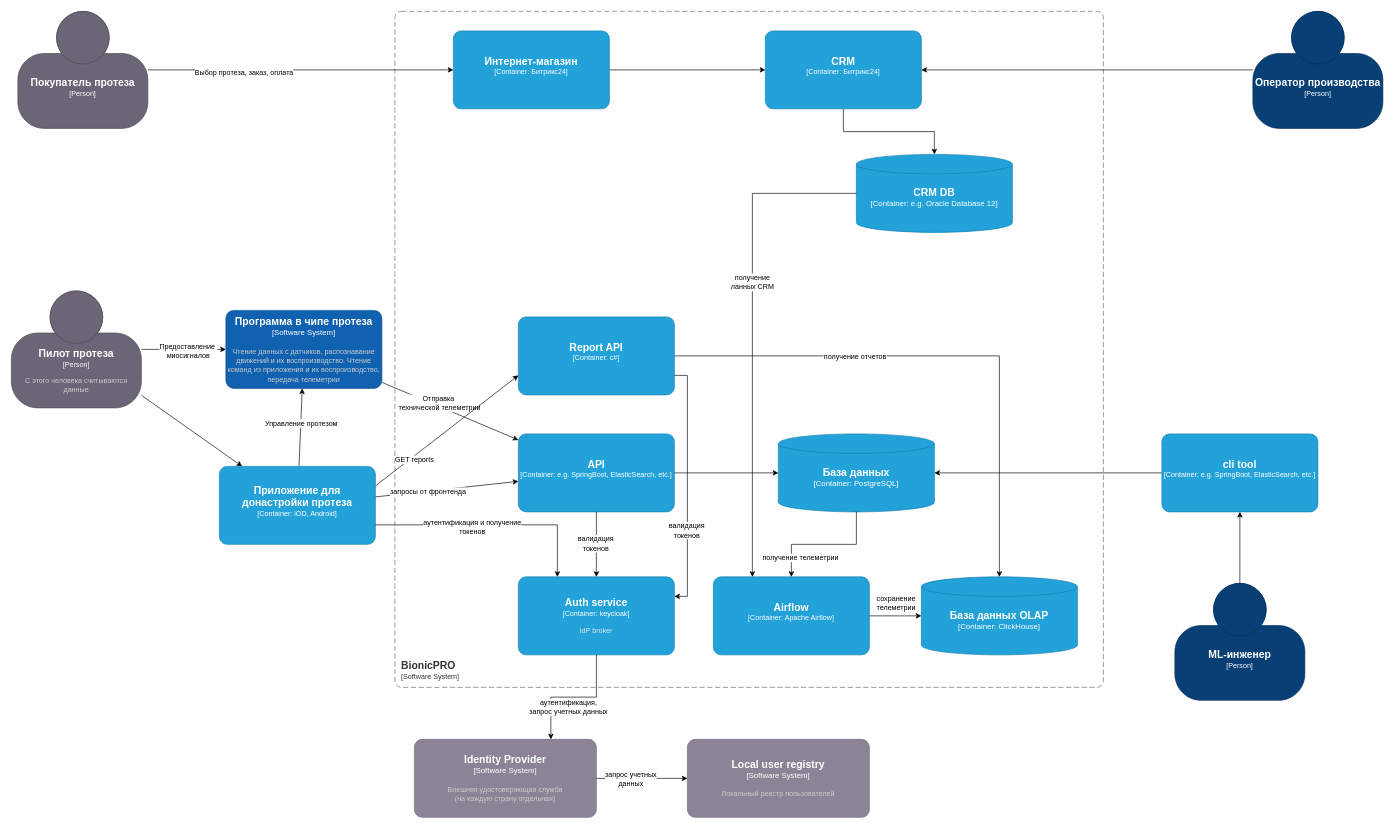
This is Task2/BionicPRO_C4_model_2.drawio from binaril/architecture-bionicpro, a draw.io file, before an edit. Source tidied: cells renumbered, new cells numbered last; positions are measured from the earlier drawing's top-left corner, leaving out a move shared by most shapes. Both pictures are drawn from the tidied source at 65%, with x=0, y=0 at pixel (11, 11).
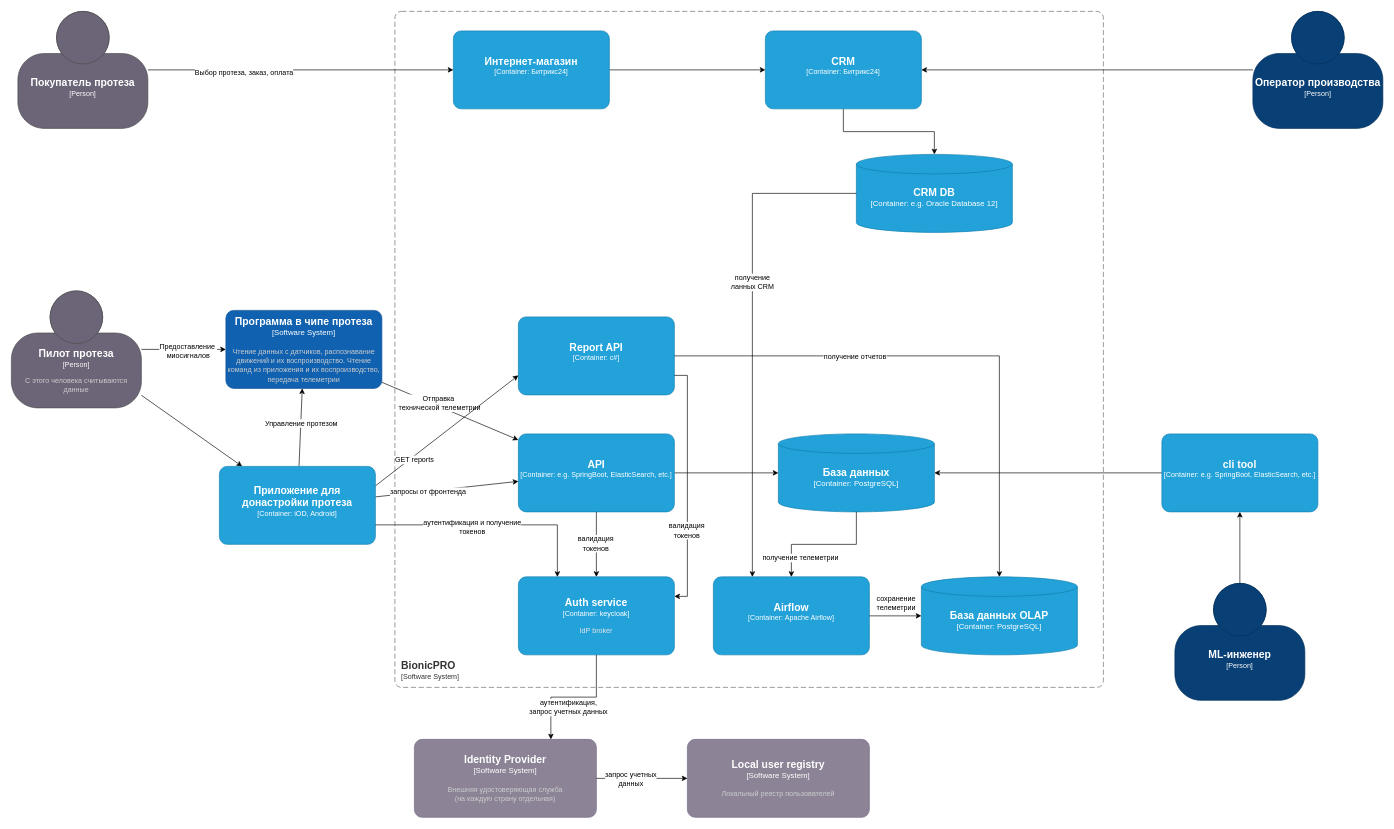
Above is the later version.

Change to the diagram source:
```diff
@@
-    <object id="48" label="&lt;font style=&quot;font-size: 16px&quot;&gt;&lt;b&gt;%c4Name%&lt;/b&gt;&lt;/font&gt;&lt;div&gt;[%c4Type%:&amp;nbsp;%c4Technology%]&lt;/div&gt;&lt;br&gt;&lt;div&gt;&lt;font style=&quot;font-size: 11px&quot;&gt;&lt;font color=&quot;#E6E6E6&quot;&gt;%c4Description%&lt;/font&gt;&lt;/div&gt;" c4Description="" c4Name="База данных OLAP" c4Technology="ClickHouse" c4Type="Container" placeholders="1">
+    <object id="48" label="&lt;font style=&quot;font-size: 16px&quot;&gt;&lt;b&gt;%c4Name%&lt;/b&gt;&lt;/font&gt;&lt;div&gt;[%c4Type%:&amp;nbsp;%c4Technology%]&lt;/div&gt;&lt;br&gt;&lt;div&gt;&lt;font style=&quot;font-size: 11px&quot;&gt;&lt;font color=&quot;#E6E6E6&quot;&gt;%c4Description%&lt;/font&gt;&lt;/div&gt;" c4Description="" c4Name="База данных OLAP" c4Technology="PostgreSQL" c4Type="Container" placeholders="1">
       <mxCell style="shape=cylinder3;size=15;whiteSpace=wrap;html=1;boundedLbl=1;rounded=0;labelBackgroundColor=none;fillColor=#23A2D9;fontSize=12;fontColor=#ffffff;align=center;strokeColor=#0E7DAD;points=[[0.5,0,0],[1,0.25,0],[1,0.5,0],[1,0.75,0],[0.5,1,0],[0,0.75,0],[0,0.5,0],[0,0.25,0]];" parent="1" vertex="1">
         <mxGeometry x="1400" y="870" width="240" height="120" as="geometry" />
       </mxCell>
     </object>
```
